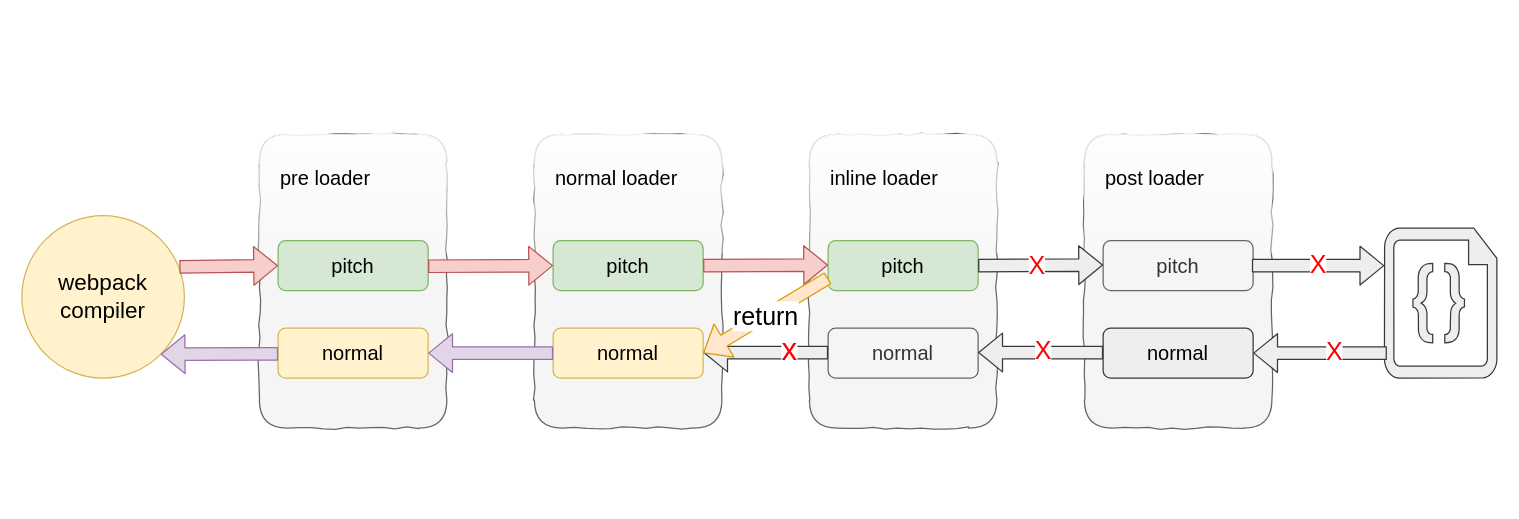
Earlier version of the draw.io diagram page "Page-2" (2 of 3) of docs/notes/webpack/images/webpack-loader.drawio (Rain120/study-notes). Source tidied: cells renumbered, new cells numbered last; positions are measured from the earlier drawing's top-left corner, leaving out a move shared by most shapes. Both pictures are drawn from the tidied source at 125%, with x=0, y=0 at pixel (21, 134).
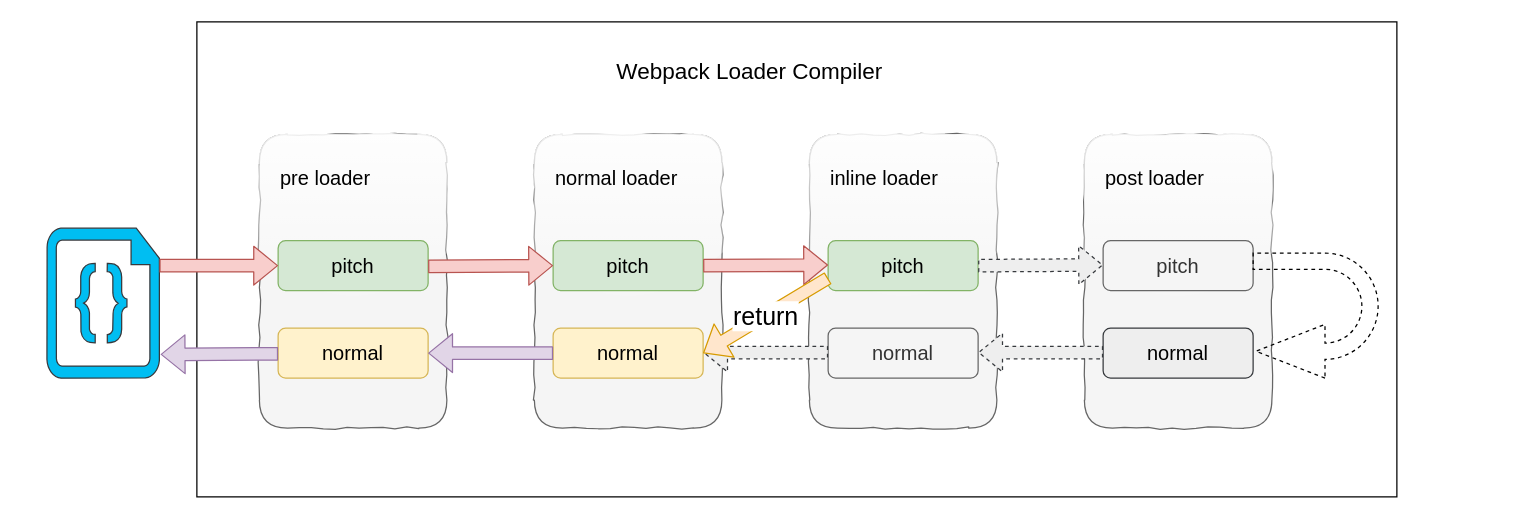
The same diagram, later.

Commit message (it also covers changes not shown here):
update: webpack loader

The change refers to these unchanged cells:
```xml
<mxCell id="4" value="&lt;font style=&quot;font-size: 16px&quot;&gt;normal&lt;/font&gt;" style="rounded=1;whiteSpace=wrap;html=1;fillColor=#fff2cc;strokeColor=#d6b656;" parent="1" vertex="1">
  <mxGeometry x="205" y="155" width="120" height="40" as="geometry" />
</mxCell>
<mxCell id="6" value="&lt;span style=&quot;font-size: 16px ; white-space: normal&quot;&gt;pitch&lt;/span&gt;" style="rounded=1;whiteSpace=wrap;html=1;fillColor=#d5e8d4;strokeColor=#82b366;" parent="1" vertex="1">
  <mxGeometry x="205" y="85" width="120" height="40" as="geometry" />
</mxCell>
<mxCell id="8" value="&lt;span style=&quot;font-size: 16px ; white-space: normal&quot;&gt;normal&lt;/span&gt;" style="rounded=1;whiteSpace=wrap;html=1;fillColor=#fff2cc;strokeColor=#d6b656;" parent="1" vertex="1">
  <mxGeometry x="425" y="155" width="120" height="40" as="geometry" />
</mxCell>
```

Change to the diagram source:
```diff
@@
-    <mxCell id="2" value="&lt;font style=&quot;font-size: 18px&quot;&gt;webpack&lt;br&gt;compiler&lt;/font&gt;" style="ellipse;whiteSpace=wrap;html=1;fillColor=#fff2cc;strokeColor=#d6b656;" parent="1" vertex="1">
-      <mxGeometry y="65" width="130" height="130" as="geometry" />
-    </mxCell>
-    <mxCell id="3" style="rounded=1;whiteSpace=wrap;html=1;fillColor=#f5f5f5;strokeColor=#666666;fontColor=#333333;shadow=0;glass=1;comic=1;" parent="1" vertex="1">
-      <mxGeometry x="190" width="150" height="235" as="geometry" />
-    </mxCell>
+    <mxCell id="37" value="&lt;span style=&quot;font-size: 18px&quot;&gt;Webpack Loader&amp;nbsp;&lt;/span&gt;&lt;span style=&quot;font-size: 18px&quot;&gt;Compiler&lt;/span&gt;" style="text;html=1;strokeColor=none;fillColor=none;align=center;verticalAlign=middle;whiteSpace=wrap;rounded=0;" parent="1" vertex="1">
+      <mxGeometry x="370" y="-70" width="425" height="40" as="geometry" />
+    </mxCell>
+    <mxCell id="38" style="rounded=0;whiteSpace=wrap;html=1;fillColor=none;" parent="1" vertex="1">
+      <mxGeometry x="140" y="-90" width="960" height="380" as="geometry" />
+    </mxCell>
+    <mxCell id="39" style="rounded=1;whiteSpace=wrap;html=1;fillColor=#f5f5f5;strokeColor=#666666;fontColor=#333333;shadow=0;glass=1;comic=1;" parent="1" vertex="1">
+      <mxGeometry x="190" width="150" height="235" as="geometry" />
+    </mxCell>
@@
-    <mxCell id="7" style="rounded=1;whiteSpace=wrap;html=1;fillColor=#f5f5f5;strokeColor=#666666;fontColor=#333333;shadow=0;glass=1;comic=1;" parent="1" vertex="1">
-      <mxGeometry x="410" width="150" height="235" as="geometry" />
-    </mxCell>
+    <mxCell id="40" style="rounded=1;whiteSpace=wrap;html=1;fillColor=#f5f5f5;strokeColor=#666666;fontColor=#333333;shadow=0;glass=1;comic=1;" parent="1" vertex="1">
+      <mxGeometry x="410" width="150" height="235" as="geometry" />
+    </mxCell>
@@
-    <mxCell id="10" value="&lt;span style=&quot;font-size: 16px&quot;&gt;pitch&lt;/span&gt;" style="rounded=1;whiteSpace=wrap;html=1;fillColor=#d5e8d4;strokeColor=#82b366;" parent="1" vertex="1">
-      <mxGeometry x="425" y="85" width="120" height="40" as="geometry" />
-    </mxCell>
-    <mxCell id="11" style="verticalLabelPosition=bottom;html=1;verticalAlign=top;align=center;strokeColor=#36393d;fillColor=#eeeeee;shape=mxgraph.azure.code_file;" parent="1" vertex="1">
-      <mxGeometry x="1090" y="75" width="90" height="120" as="geometry" />
-    </mxCell>
-    <mxCell id="12" style="rounded=1;whiteSpace=wrap;html=1;fillColor=#f5f5f5;strokeColor=#666666;fontColor=#333333;shadow=0;glass=1;comic=1;" parent="1" vertex="1">
-      <mxGeometry x="630" width="150" height="235" as="geometry" />
-    </mxCell>
+    <mxCell id="41" value="&lt;span style=&quot;font-size: 16px&quot;&gt;pitch&lt;/span&gt;" style="rounded=1;whiteSpace=wrap;html=1;fillColor=#d5e8d4;strokeColor=#82b366;" parent="1" vertex="1">
+      <mxGeometry x="425" y="85" width="120" height="40" as="geometry" />
+    </mxCell>
+    <mxCell id="42" style="verticalLabelPosition=bottom;html=1;verticalAlign=top;align=center;strokeColor=#36393d;fillColor=#00BEF2;shape=mxgraph.azure.code_file;" parent="1" vertex="1">
+      <mxGeometry x="20" y="75" width="90" height="120" as="geometry" />
+    </mxCell>
+    <mxCell id="43" style="rounded=1;whiteSpace=wrap;html=1;fillColor=#f5f5f5;strokeColor=#666666;fontColor=#333333;shadow=0;glass=1;comic=1;" parent="1" vertex="1">
+      <mxGeometry x="630" width="150" height="235" as="geometry" />
+    </mxCell>
@@
-    <mxCell id="15" value="&lt;span style=&quot;font-size: 16px&quot;&gt;pitch&lt;/span&gt;" style="rounded=1;whiteSpace=wrap;html=1;fillColor=#d5e8d4;strokeColor=#82b366;" parent="1" vertex="1">
-      <mxGeometry x="645" y="85" width="120" height="40" as="geometry" />
-    </mxCell>
-    <mxCell id="16" style="rounded=1;whiteSpace=wrap;html=1;fillColor=#f5f5f5;strokeColor=#666666;fontColor=#333333;shadow=0;glass=1;comic=1;" parent="1" vertex="1">
-      <mxGeometry x="850" width="150" height="235" as="geometry" />
-    </mxCell>
+    <mxCell id="44" value="&lt;span style=&quot;font-size: 16px&quot;&gt;pitch&lt;/span&gt;" style="rounded=1;whiteSpace=wrap;html=1;fillColor=#d5e8d4;strokeColor=#82b366;" parent="1" vertex="1">
+      <mxGeometry x="645" y="85" width="120" height="40" as="geometry" />
+    </mxCell>
+    <mxCell id="45" style="rounded=1;whiteSpace=wrap;html=1;fillColor=#f5f5f5;strokeColor=#666666;fontColor=#333333;shadow=0;glass=1;comic=1;" parent="1" vertex="1">
+      <mxGeometry x="850" width="150" height="235" as="geometry" />
+    </mxCell>
@@
-    <mxCell id="20" style="shape=flexArrow;endArrow=classic;html=1;entryX=0;entryY=0.5;entryDx=0;entryDy=0;exitX=0.969;exitY=0.315;exitDx=0;exitDy=0;exitPerimeter=0;fillColor=#f8cecc;strokeColor=#b85450;" parent="1" edge="1" source="2" target="6">
-      <mxGeometry relative="1" as="geometry" />
-    </mxCell>
-    <mxCell id="21" style="shape=flexArrow;endArrow=classic;html=1;entryX=0;entryY=0.5;entryDx=0;entryDy=0;exitX=0.969;exitY=0.315;exitDx=0;exitDy=0;exitPerimeter=0;fillColor=#f8cecc;strokeColor=#b85450;" parent="1" edge="1" target="10">
-      <mxGeometry relative="1" as="geometry">
-        <mxPoint x="325" y="105.5" as="sourcePoint" />
-      </mxGeometry>
-    </mxCell>
-    <mxCell id="22" style="shape=flexArrow;endArrow=classic;html=1;entryX=0;entryY=0.5;entryDx=0;entryDy=0;exitX=0.969;exitY=0.315;exitDx=0;exitDy=0;exitPerimeter=0;fillColor=#f8cecc;strokeColor=#b85450;" parent="1" edge="1">
-      <mxGeometry relative="1" as="geometry">
-        <mxPoint x="545" y="105" as="sourcePoint" />
-        <mxPoint x="645" y="104.5" as="targetPoint" />
-      </mxGeometry>
-    </mxCell>
-    <mxCell id="23" style="shape=flexArrow;endArrow=classic;html=1;entryX=0;entryY=0.5;entryDx=0;entryDy=0;exitX=0.969;exitY=0.315;exitDx=0;exitDy=0;exitPerimeter=0;fillColor=#eeeeee;strokeColor=#36393d;" parent="1" edge="1">
-      <mxGeometry relative="1" as="geometry">
-        <mxPoint x="765" y="105" as="sourcePoint" />
-        <mxPoint x="865" y="104.5" as="targetPoint" />
-      </mxGeometry>
-    </mxCell>
-    <mxCell id="24" value="&lt;font style=&quot;font-size: 20px&quot; color=&quot;#ff0000&quot;&gt;X&lt;/font&gt;" style="text;html=1;align=center;verticalAlign=middle;labelBackgroundColor=#ffffff;" parent="23" vertex="1">
-      <mxGeometry x="-0.07" y="1" relative="1" as="geometry" />
-    </mxCell>
-    <mxCell id="25" style="shape=flexArrow;endArrow=classic;html=1;exitX=0.969;exitY=0.315;exitDx=0;exitDy=0;exitPerimeter=0;fillColor=#eeeeee;strokeColor=#36393d;" parent="1" edge="1">
-      <mxGeometry relative="1" as="geometry">
-        <mxPoint x="984" y="105" as="sourcePoint" />
-        <mxPoint x="1090" y="105" as="targetPoint" />
-      </mxGeometry>
-    </mxCell>
-    <mxCell id="26" value="&lt;font style=&quot;font-size: 20px&quot; color=&quot;#ff0000&quot;&gt;X&lt;/font&gt;" style="text;html=1;align=center;verticalAlign=middle;labelBackgroundColor=#ffffff;" parent="25" vertex="1">
-      <mxGeometry x="-0.04" y="3" relative="1" as="geometry">
-        <mxPoint x="1" as="offset" />
-      </mxGeometry>
-    </mxCell>
-    <mxCell id="27" style="shape=flexArrow;endArrow=classic;html=1;exitX=0.969;exitY=0.315;exitDx=0;exitDy=0;exitPerimeter=0;entryX=1;entryY=1;entryDx=0;entryDy=0;fillColor=#e1d5e7;strokeColor=#9673a6;" parent="1" edge="1" target="2">
-      <mxGeometry relative="1" as="geometry">
-        <mxPoint x="205" y="175.5" as="sourcePoint" />
-      </mxGeometry>
-    </mxCell>
-    <mxCell id="28" style="shape=flexArrow;endArrow=classic;html=1;entryX=1;entryY=0.5;entryDx=0;entryDy=0;exitX=0.969;exitY=0.315;exitDx=0;exitDy=0;exitPerimeter=0;fillColor=#e1d5e7;strokeColor=#9673a6;" parent="1" edge="1" target="4">
-      <mxGeometry relative="1" as="geometry">
-        <mxPoint x="425" y="175" as="sourcePoint" />
-      </mxGeometry>
-    </mxCell>
-    <mxCell id="29" style="shape=flexArrow;endArrow=classic;html=1;entryX=1;entryY=0.5;entryDx=0;entryDy=0;exitX=0.969;exitY=0.315;exitDx=0;exitDy=0;exitPerimeter=0;fillColor=#eeeeee;strokeColor=#36393d;" parent="1" edge="1">
-      <mxGeometry relative="1" as="geometry">
-        <mxPoint x="645" y="174.5" as="sourcePoint" />
-        <mxPoint x="545" y="174.5" as="targetPoint" />
-      </mxGeometry>
-    </mxCell>
-    <mxCell id="30" value="&lt;font style=&quot;font-size: 25px&quot; color=&quot;#ff0000&quot;&gt;x&lt;/font&gt;" style="text;html=1;align=center;verticalAlign=middle;labelBackgroundColor=#ffffff;" parent="29" vertex="1">
-      <mxGeometry x="-0.36" y="-4" relative="1" as="geometry" />
-    </mxCell>
-    <mxCell id="31" style="shape=flexArrow;endArrow=classic;html=1;entryX=1;entryY=0.5;entryDx=0;entryDy=0;exitX=0.969;exitY=0.315;exitDx=0;exitDy=0;exitPerimeter=0;fillColor=#eeeeee;strokeColor=#36393d;" parent="1" edge="1">
-      <mxGeometry relative="1" as="geometry">
-        <mxPoint x="865" y="174.5" as="sourcePoint" />
-        <mxPoint x="765" y="174.5" as="targetPoint" />
-      </mxGeometry>
-    </mxCell>
-    <mxCell id="32" style="text;html=1;align=center;verticalAlign=middle;labelBackgroundColor=#ffffff;" parent="31" vertex="1">
-      <mxGeometry x="-0.09" y="1" relative="1" as="geometry" />
-    </mxCell>
-    <mxCell id="33" value="&lt;font style=&quot;font-size: 20px&quot; color=&quot;#ff0000&quot;&gt;X&lt;/font&gt;" style="text;html=1;align=center;verticalAlign=middle;labelBackgroundColor=#ffffff;" parent="31" vertex="1">
-      <mxGeometry x="-0.03" y="-3" relative="1" as="geometry" />
-    </mxCell>
-    <mxCell id="34" style="shape=flexArrow;endArrow=classic;html=1;entryX=1;entryY=0.5;entryDx=0;entryDy=0;fillColor=#eeeeee;strokeColor=#36393d;" parent="1" edge="1">
-      <mxGeometry relative="1" as="geometry">
-        <mxPoint x="1092" y="175" as="sourcePoint" />
-        <mxPoint x="985" y="175" as="targetPoint" />
-      </mxGeometry>
-    </mxCell>
-    <mxCell id="35" value="&lt;font style=&quot;font-size: 20px&quot; color=&quot;#ff0000&quot;&gt;X&lt;/font&gt;" style="text;html=1;align=center;verticalAlign=middle;labelBackgroundColor=#ffffff;" parent="34" vertex="1">
-      <mxGeometry x="-0.21" y="-3" relative="1" as="geometry">
-        <mxPoint x="-1" as="offset" />
-      </mxGeometry>
-    </mxCell>
+    <mxCell id="46" style="shape=flexArrow;endArrow=classic;html=1;entryX=0;entryY=0.5;entryDx=0;entryDy=0;exitX=1;exitY=0.25;exitDx=0;exitDy=0;exitPerimeter=0;fillColor=#f8cecc;strokeColor=#b85450;" parent="1" edge="1" source="42" target="6">
+      <mxGeometry relative="1" as="geometry" />
+    </mxCell>
+    <mxCell id="47" style="shape=flexArrow;endArrow=classic;html=1;entryX=0;entryY=0.5;entryDx=0;entryDy=0;exitX=0.969;exitY=0.315;exitDx=0;exitDy=0;exitPerimeter=0;fillColor=#f8cecc;strokeColor=#b85450;" parent="1" edge="1" target="41">
+      <mxGeometry relative="1" as="geometry">
+        <mxPoint x="325" y="105.5" as="sourcePoint" />
+      </mxGeometry>
+    </mxCell>
+    <mxCell id="48" style="shape=flexArrow;endArrow=classic;html=1;entryX=0;entryY=0.5;entryDx=0;entryDy=0;exitX=0.969;exitY=0.315;exitDx=0;exitDy=0;exitPerimeter=0;fillColor=#f8cecc;strokeColor=#b85450;" parent="1" edge="1">
+      <mxGeometry relative="1" as="geometry">
+        <mxPoint x="545" y="105" as="sourcePoint" />
+        <mxPoint x="645" y="104.5" as="targetPoint" />
+      </mxGeometry>
+    </mxCell>
+    <mxCell id="49" style="shape=flexArrow;endArrow=classic;html=1;entryX=0;entryY=0.5;entryDx=0;entryDy=0;exitX=0.969;exitY=0.315;exitDx=0;exitDy=0;exitPerimeter=0;fillColor=#eeeeee;strokeColor=#36393d;dashed=1;" parent="1" edge="1">
+      <mxGeometry relative="1" as="geometry">
+        <mxPoint x="765" y="105" as="sourcePoint" />
+        <mxPoint x="865" y="104.5" as="targetPoint" />
+      </mxGeometry>
+    </mxCell>
+    <mxCell id="50" style="shape=flexArrow;endArrow=classic;html=1;exitX=0.969;exitY=0.315;exitDx=0;exitDy=0;exitPerimeter=0;entryX=1;entryY=1;entryDx=0;entryDy=0;fillColor=#e1d5e7;strokeColor=#9673a6;" parent="1" edge="1">
+      <mxGeometry relative="1" as="geometry">
+        <mxPoint x="205" y="175.5" as="sourcePoint" />
+        <mxPoint x="111" y="176" as="targetPoint" />
+      </mxGeometry>
+    </mxCell>
+    <mxCell id="51" style="shape=flexArrow;endArrow=classic;html=1;entryX=1;entryY=0.5;entryDx=0;entryDy=0;exitX=0.969;exitY=0.315;exitDx=0;exitDy=0;exitPerimeter=0;fillColor=#e1d5e7;strokeColor=#9673a6;" parent="1" edge="1" target="4">
+      <mxGeometry relative="1" as="geometry">
+        <mxPoint x="425" y="175" as="sourcePoint" />
+      </mxGeometry>
+    </mxCell>
+    <mxCell id="52" style="shape=flexArrow;endArrow=classic;html=1;entryX=1;entryY=0.5;entryDx=0;entryDy=0;exitX=0.969;exitY=0.315;exitDx=0;exitDy=0;exitPerimeter=0;fillColor=#eeeeee;strokeColor=#36393d;dashed=1;" parent="1" edge="1">
+      <mxGeometry relative="1" as="geometry">
+        <mxPoint x="645" y="174.5" as="sourcePoint" />
+        <mxPoint x="545" y="174.5" as="targetPoint" />
+      </mxGeometry>
+    </mxCell>
+    <mxCell id="53" style="shape=flexArrow;endArrow=classic;html=1;entryX=1;entryY=0.5;entryDx=0;entryDy=0;exitX=0.969;exitY=0.315;exitDx=0;exitDy=0;exitPerimeter=0;fillColor=#eeeeee;strokeColor=#36393d;dashed=1;" parent="1" edge="1">
+      <mxGeometry relative="1" as="geometry">
+        <mxPoint x="865" y="174.5" as="sourcePoint" />
+        <mxPoint x="765" y="174.5" as="targetPoint" />
+      </mxGeometry>
+    </mxCell>
+    <mxCell id="54" style="text;html=1;align=center;verticalAlign=middle;labelBackgroundColor=#ffffff;" parent="53" vertex="1">
+      <mxGeometry x="-0.09" y="1" relative="1" as="geometry" />
+    </mxCell>
-    <mxCell id="36" value="&lt;font style=&quot;font-size: 20px&quot;&gt;return&lt;/font&gt;" style="shape=flexArrow;endArrow=classic;html=1;exitX=0;exitY=0.75;exitDx=0;exitDy=0;entryX=1;entryY=0.5;entryDx=0;entryDy=0;fillColor=#ffe6cc;strokeColor=#d79b00;" parent="1" edge="1" source="15" target="8">
+    <mxCell id="36" value="&lt;font style=&quot;font-size: 20px&quot;&gt;return&lt;/font&gt;" style="shape=flexArrow;endArrow=classic;html=1;exitX=0;exitY=0.75;exitDx=0;exitDy=0;entryX=1;entryY=0.5;entryDx=0;entryDy=0;fillColor=#ffe6cc;strokeColor=#d79b00;" parent="1" edge="1" source="44" target="8">
       <mxGeometry relative="1" as="geometry" />
     </mxCell>
+    <mxCell id="55" style="html=1;shadow=0;dashed=1;align=center;verticalAlign=middle;shape=mxgraph.arrows2.uTurnArrow;dy=6.5;arrowHead=43;dx2=55.25;fillColor=none;rotation=-180;" parent="1" vertex="1">
+      <mxGeometry x="985" y="95" width="100" height="100" as="geometry" />
+    </mxCell>
```
